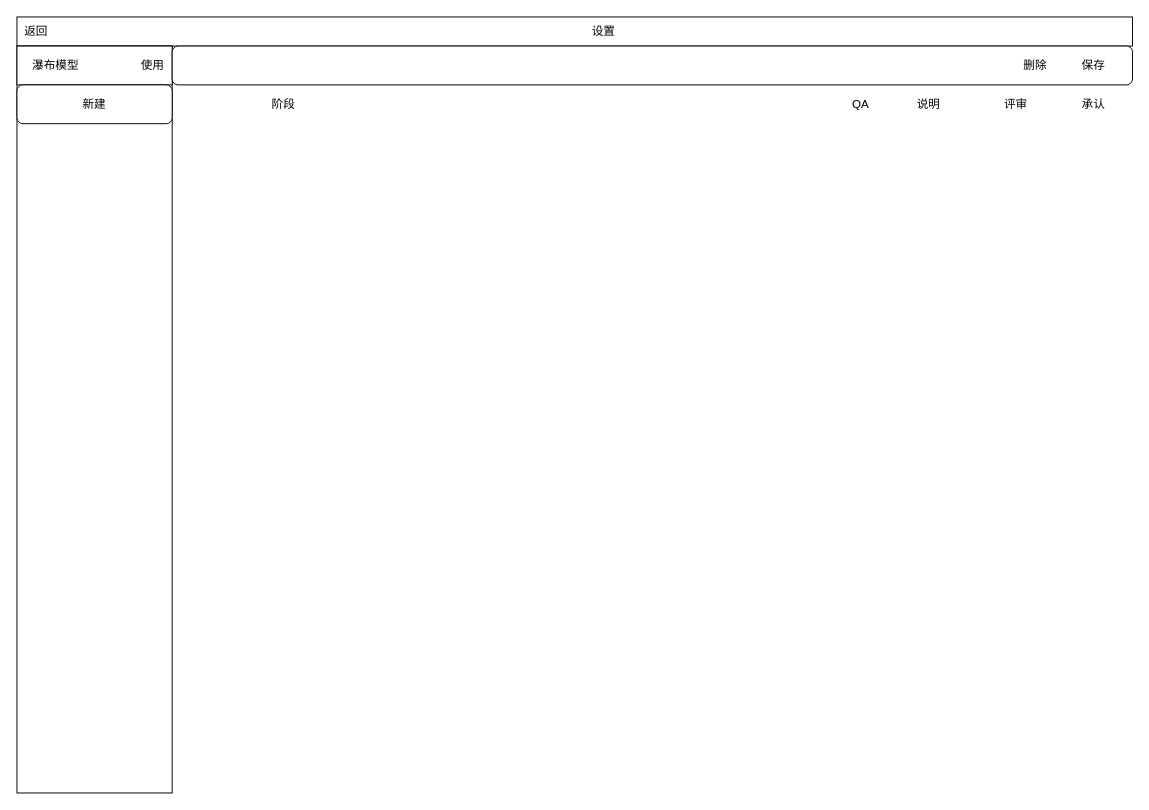
Above: page "pm-project-process-management" (15 of 22) of project-in-action/software-develop-management-system/doc/design/ui/sdms.drawio in callistoctopus/project-all-in-one (draw.io), before the change. Source tidied: cells renumbered, new cells numbered last; positions are measured from the earlier drawing's top-left corner, leaving out a move shared by most shapes. Both pictures are drawn from the tidied source at 97%, with x=0, y=0 at pixel (16, 16).
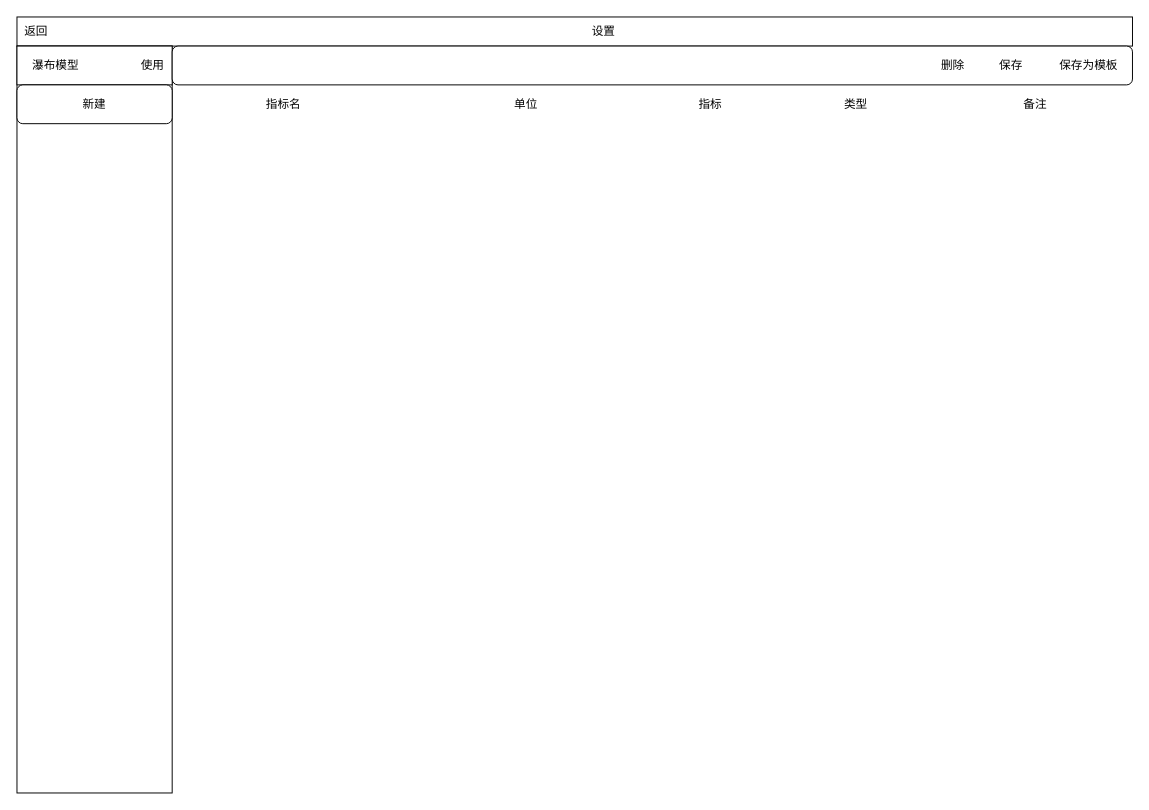
Above is the later version.

Change to the diagram source:
```diff
@@
 <mxGraphModel>
   <root>
     <mxCell id="0" />
     <mxCell id="1" parent="0" />
     <mxCell id="2" style="rounded=0;whiteSpace=wrap;html=1;" parent="1" vertex="1">
       <mxGeometry width="1150" height="30" as="geometry" />
     </mxCell>
     <mxCell id="3" value="设置" style="text;html=1;strokeColor=none;fillColor=none;align=center;verticalAlign=middle;whiteSpace=wrap;rounded=0;" parent="1" vertex="1">
       <mxGeometry x="530" y="5" width="150" height="20" as="geometry" />
     </mxCell>
     <mxCell id="4" value="返回" style="text;html=1;strokeColor=none;fillColor=none;align=center;verticalAlign=middle;whiteSpace=wrap;rounded=0;" parent="1" vertex="1">
       <mxGeometry y="5" width="40" height="20" as="geometry" />
     </mxCell>
     <mxCell id="5" style="rounded=0;whiteSpace=wrap;html=1;" parent="1" vertex="1">
       <mxGeometry y="30" width="160" height="770" as="geometry" />
     </mxCell>
     <mxCell id="6" style="rounded=0;whiteSpace=wrap;html=1;" parent="1" vertex="1">
       <mxGeometry y="30" width="160" height="40" as="geometry" />
     </mxCell>
     <mxCell id="7" value="瀑布模型" style="text;html=1;strokeColor=none;fillColor=none;align=center;verticalAlign=middle;whiteSpace=wrap;rounded=0;" parent="1" vertex="1">
       <mxGeometry y="40" width="80" height="20" as="geometry" />
     </mxCell>
-    <mxCell id="8" value="阶段" style="text;html=1;strokeColor=none;fillColor=none;align=center;verticalAlign=middle;whiteSpace=wrap;rounded=0;" parent="1" vertex="1">
+    <mxCell id="8" value="指标名" style="text;html=1;strokeColor=none;fillColor=none;align=center;verticalAlign=middle;whiteSpace=wrap;rounded=0;" parent="1" vertex="1">
       <mxGeometry x="220" y="80" width="110" height="20" as="geometry" />
     </mxCell>
-    <mxCell id="9" value="说明" style="text;html=1;strokeColor=none;fillColor=none;align=center;verticalAlign=middle;whiteSpace=wrap;rounded=0;" parent="1" vertex="1">
-      <mxGeometry x="910" y="80" width="60" height="20" as="geometry" />
-    </mxCell>
     <mxCell id="10" value="新建" style="rounded=1;whiteSpace=wrap;html=1;" parent="1" vertex="1">
       <mxGeometry y="70" width="160" height="40" as="geometry" />
     </mxCell>
     <mxCell id="11" style="rounded=1;whiteSpace=wrap;html=1;" parent="1" vertex="1">
       <mxGeometry x="160" y="30" width="990" height="40" as="geometry" />
     </mxCell>
     <mxCell id="12" value="保存" style="text;html=1;strokeColor=none;fillColor=none;align=center;verticalAlign=middle;whiteSpace=wrap;rounded=0;" parent="1" vertex="1">
-      <mxGeometry x="1080" y="40" width="60" height="20" as="geometry" />
+      <mxGeometry x="995" y="40" width="60" height="20" as="geometry" />
     </mxCell>
     <mxCell id="13" value="删除" style="text;html=1;strokeColor=none;fillColor=none;align=center;verticalAlign=middle;whiteSpace=wrap;rounded=0;" parent="1" vertex="1">
-      <mxGeometry x="1020" y="40" width="60" height="20" as="geometry" />
+      <mxGeometry x="935" y="40" width="60" height="20" as="geometry" />
     </mxCell>
-    <mxCell id="14" value="评审" style="text;html=1;strokeColor=none;fillColor=none;align=center;verticalAlign=middle;whiteSpace=wrap;rounded=0;" parent="1" vertex="1">
-      <mxGeometry x="1000" y="80" width="60" height="20" as="geometry" />
-    </mxCell>
-    <mxCell id="15" value="承认" style="text;html=1;strokeColor=none;fillColor=none;align=center;verticalAlign=middle;whiteSpace=wrap;rounded=0;" parent="1" vertex="1">
-      <mxGeometry x="1080" y="80" width="60" height="20" as="geometry" />
-    </mxCell>
-    <mxCell id="16" value="QA" style="text;html=1;strokeColor=none;fillColor=none;align=center;verticalAlign=middle;whiteSpace=wrap;rounded=0;" parent="1" vertex="1">
-      <mxGeometry x="840" y="80" width="60" height="20" as="geometry" />
-    </mxCell>
     <mxCell id="17" value="使用" style="text;html=1;strokeColor=none;fillColor=none;align=center;verticalAlign=middle;whiteSpace=wrap;rounded=0;" parent="1" vertex="1">
       <mxGeometry x="120" y="40" width="40" height="20" as="geometry" />
     </mxCell>
+    <mxCell id="18" value="单位" style="text;html=1;strokeColor=none;fillColor=none;align=center;verticalAlign=middle;whiteSpace=wrap;rounded=0;" parent="1" vertex="1">
+      <mxGeometry x="470" y="80" width="110" height="20" as="geometry" />
+    </mxCell>
+    <mxCell id="19" value="指标" style="text;html=1;strokeColor=none;fillColor=none;align=center;verticalAlign=middle;whiteSpace=wrap;rounded=0;" parent="1" vertex="1">
+      <mxGeometry x="660" y="80" width="110" height="20" as="geometry" />
+    </mxCell>
+    <mxCell id="20" value="类型" style="text;html=1;strokeColor=none;fillColor=none;align=center;verticalAlign=middle;whiteSpace=wrap;rounded=0;" parent="1" vertex="1">
+      <mxGeometry x="810" y="80" width="110" height="20" as="geometry" />
+    </mxCell>
+    <mxCell id="21" value="备注" style="text;html=1;strokeColor=none;fillColor=none;align=center;verticalAlign=middle;whiteSpace=wrap;rounded=0;" parent="1" vertex="1">
+      <mxGeometry x="995" y="80" width="110" height="20" as="geometry" />
+    </mxCell>
+    <mxCell id="22" value="保存为模板" style="text;html=1;strokeColor=none;fillColor=none;align=center;verticalAlign=middle;whiteSpace=wrap;rounded=0;" parent="1" vertex="1">
+      <mxGeometry x="1070" y="40" width="70" height="20" as="geometry" />
+    </mxCell>
   </root>
 </mxGraphModel>
```
